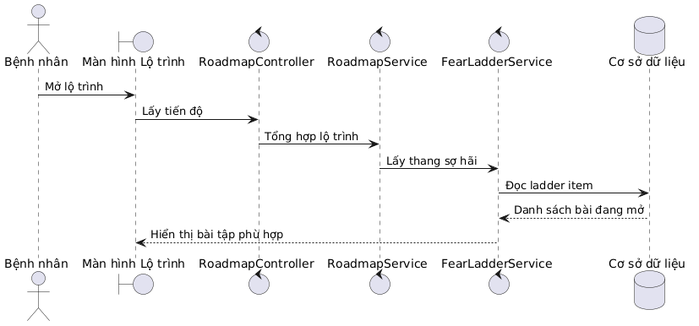
Earlier version of the PlantUML export out/docs/diagrams/Bieudotuantu/uc08_therapy_roadmap_bieudotuantu/uc08_therapy_roadmap_bieudotuantu.png (phuongtech24/do_an).
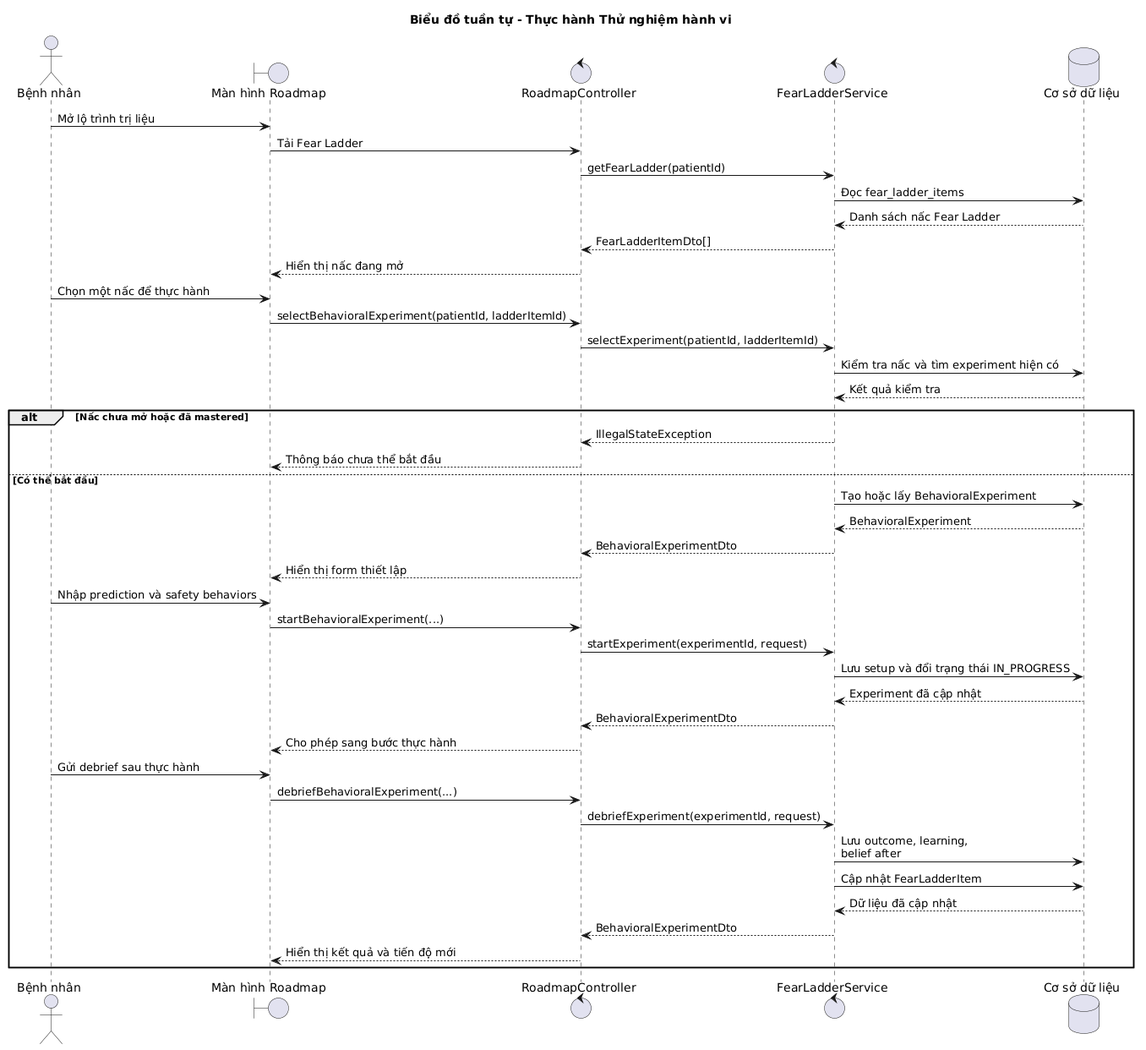
After the change.

The edit, as a diff of the source:
```diff
@@ -1,16 +1,51 @@
 @startuml
 skinparam defaultFontName "Times New Roman"
+title Biểu đồ tuần tự - Thực hành Thử nghiệm hành vi
+
 actor "Bệnh nhân" as Patient
-boundary "Màn hình Lộ trình" as RoadmapView
+boundary "Màn hình Roadmap" as RoadmapView
 control "RoadmapController" as Controller
-control "RoadmapService" as Service
-control "FearLadderService" as LadderService
+control "FearLadderService" as Service
 database "Cơ sở dữ liệu" as DB
-Patient -> RoadmapView : Mở lộ trình
-RoadmapView -> Controller : Lấy tiến độ
-Controller -> Service : Tổng hợp lộ trình
-Service -> LadderService : Lấy thang sợ hãi
-LadderService -> DB : Đọc ladder item
-DB --> LadderService : Danh sách bài đang mở
-LadderService --> RoadmapView : Hiển thị bài tập phù hợp
+
+Patient -> RoadmapView : Mở lộ trình trị liệu
+RoadmapView -> Controller : Tải Fear Ladder
+Controller -> Service : getFearLadder(patientId)
+Service -> DB : Đọc fear_ladder_items
+DB --> Service : Danh sách nấc Fear Ladder
+Service --> Controller : FearLadderItemDto[]
+Controller --> RoadmapView : Hiển thị nấc đang mở
+
+Patient -> RoadmapView : Chọn một nấc để thực hành
+RoadmapView -> Controller : selectBehavioralExperiment(patientId, ladderItemId)
+Controller -> Service : selectExperiment(patientId, ladderItemId)
+Service -> DB : Kiểm tra nấc và tìm experiment hiện có
+DB --> Service : Kết quả kiểm tra
+
+alt Nấc chưa mở hoặc đã mastered
+  Service --> Controller : IllegalStateException
+  Controller --> RoadmapView : Thông báo chưa thể bắt đầu
+else Có thể bắt đầu
+  Service -> DB : Tạo hoặc lấy BehavioralExperiment
+  DB --> Service : BehavioralExperiment
+  Service --> Controller : BehavioralExperimentDto
+  Controller --> RoadmapView : Hiển thị form thiết lập
+
+  Patient -> RoadmapView : Nhập prediction và safety behaviors
+  RoadmapView -> Controller : startBehavioralExperiment(...)
+  Controller -> Service : startExperiment(experimentId, request)
+  Service -> DB : Lưu setup và đổi trạng thái IN_PROGRESS
+  DB --> Service : Experiment đã cập nhật
+  Service --> Controller : BehavioralExperimentDto
+  Controller --> RoadmapView : Cho phép sang bước thực hành
+
+  Patient -> RoadmapView : Gửi debrief sau thực hành
+  RoadmapView -> Controller : debriefBehavioralExperiment(...)
+  Controller -> Service : debriefExperiment(experimentId, request)
+  Service -> DB : Lưu outcome, learning,\nbelief after
+  Service -> DB : Cập nhật FearLadderItem
+  DB --> Service : Dữ liệu đã cập nhật
+  Service --> Controller : BehavioralExperimentDto
+  Controller --> RoadmapView : Hiển thị kết quả và tiến độ mới
+end
 @enduml
```
